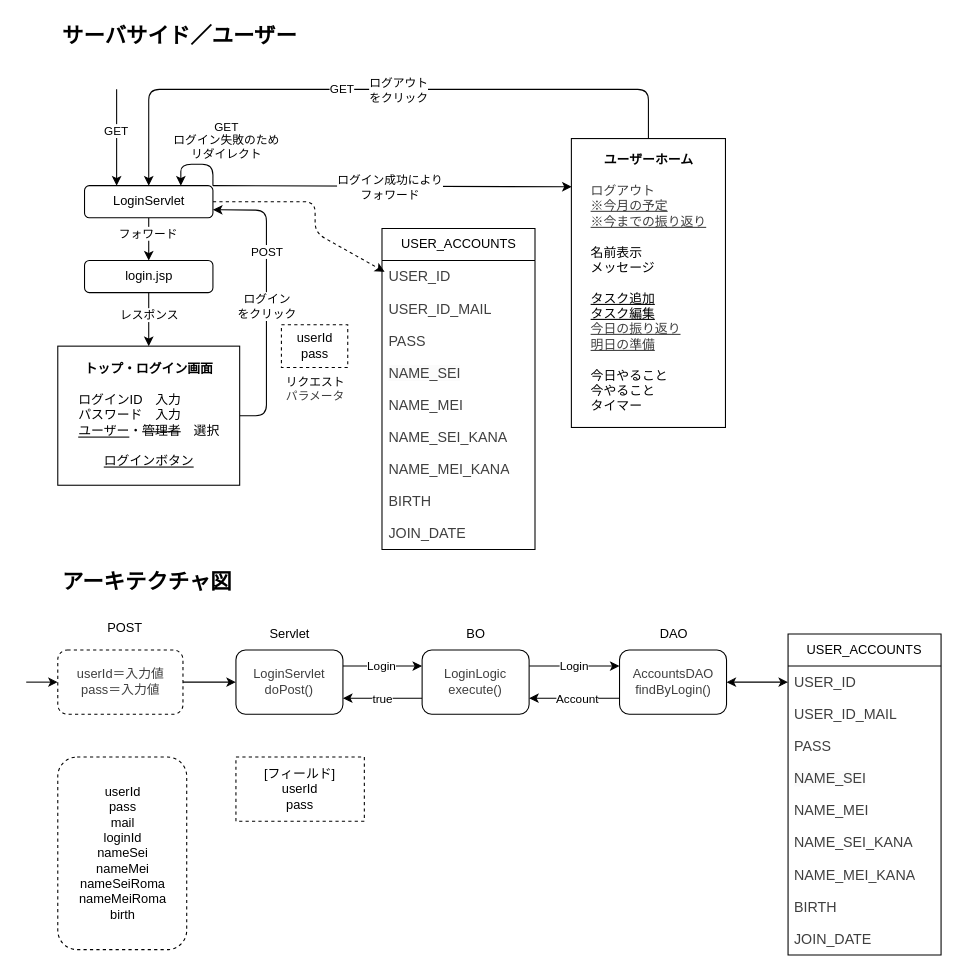
The draw.io diagram page "ログイン" (3 of 6) of 遷移図/Whole.drawio in ooese/FocusStep, before the edit. Source tidied: cells renumbered, new cells numbered last; positions are measured from the earlier drawing's top-left corner, leaving out a move shared by most shapes. Both pictures are drawn from the tidied source at 107%, with x=0, y=0 at pixel (26, 18).
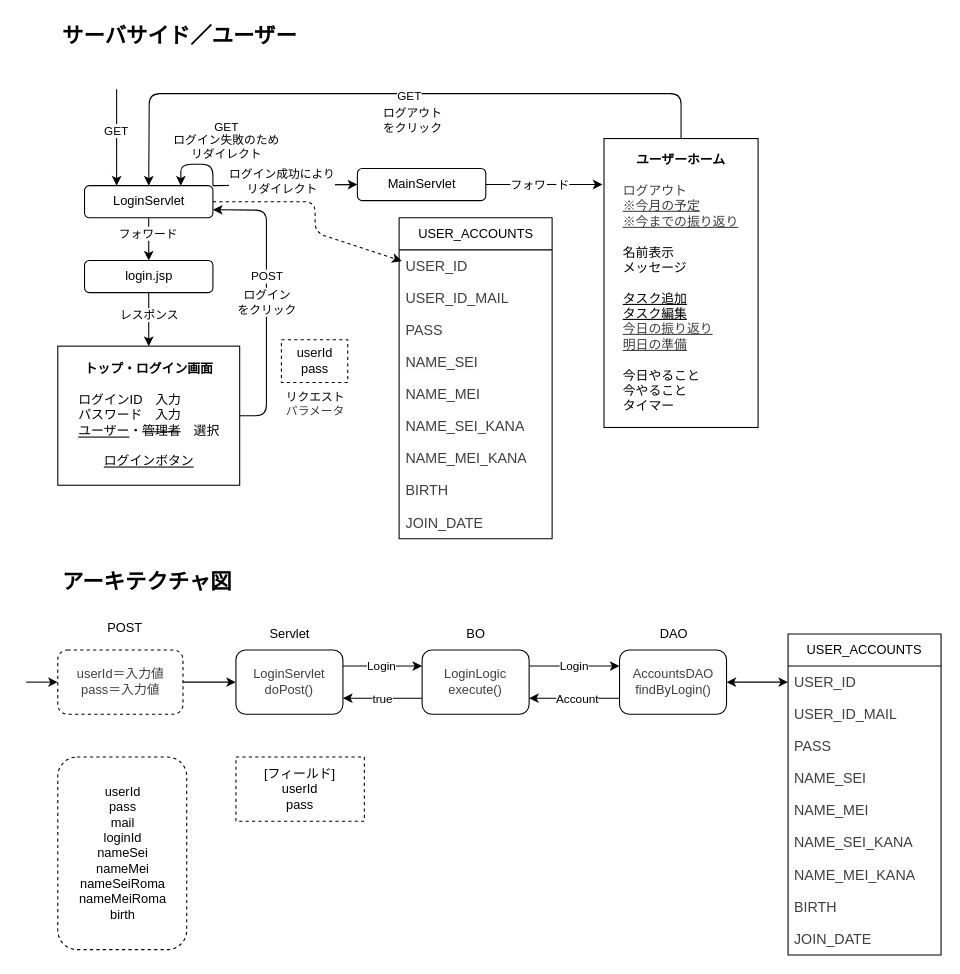
The same page after the edit.

The change refers to these unchanged cells:
```xml
<mxCell id="18" style="edgeStyle=none;html=1;entryX=1;entryY=0.75;entryDx=0;entryDy=0;exitX=1;exitY=0.5;exitDx=0;exitDy=0;" parent="1" edge="1" source="21" target="31">
  <mxGeometry relative="1" as="geometry">
    <Array as="points">
      <mxPoint x="224.5" y="371" />
      <mxPoint x="224.5" y="179" />
    </Array>
  </mxGeometry>
</mxCell>
<mxCell id="31" value="LoginServlet" style="rounded=1;whiteSpace=wrap;html=1;" parent="1" vertex="1">
  <mxGeometry x="54.5" y="156" width="120" height="30" as="geometry" />
</mxCell>
```

The edit, as a diff of the source:
```diff
@@
     <mxCell id="19" value="POST" style="edgeLabel;html=1;align=center;verticalAlign=middle;" parent="18" vertex="1">
       <mxGeometry x="0.16" y="-2" relative="1" as="geometry">
-        <mxPoint x="-2" y="-24" as="offset" />
+        <mxPoint x="-2" y="-1" as="offset" />
       </mxGeometry>
     </mxCell>
     <mxCell id="20" value="ログイン&lt;div&gt;をクリック&lt;/div&gt;" style="edgeLabel;html=1;align=center;verticalAlign=middle;" parent="18" vertex="1">
       <mxGeometry x="-0.15" relative="1" as="geometry">
-        <mxPoint y="-15" as="offset" />
+        <mxPoint y="-19" as="offset" />
       </mxGeometry>
     </mxCell>
@@
     <mxCell id="34" value="userId&lt;div&gt;pass&lt;/div&gt;" style="rounded=0;whiteSpace=wrap;html=1;dashed=1;" parent="1" vertex="1">
-      <mxGeometry x="238.5" y="286" width="62" height="40" as="geometry" />
+      <mxGeometry x="238.5" y="300" width="62" height="40" as="geometry" />
     </mxCell>
     <mxCell id="35" value="&lt;span style=&quot;color: rgb(0, 0, 0); font-size: 11px; background-color: rgb(255, 255, 255);&quot;&gt;リクエスト&lt;/span&gt;&lt;div style=&quot;color: rgb(63, 63, 63); scrollbar-color: rgb(226, 226, 226) rgb(251, 251, 251); font-size: 11px;&quot;&gt;パラメータ&lt;/div&gt;" style="text;html=1;align=center;verticalAlign=middle;strokeColor=none;fillColor=none;" parent="1" vertex="1">
-      <mxGeometry x="229.5" y="326" width="80" height="40" as="geometry" />
+      <mxGeometry x="229.5" y="340" width="80" height="40" as="geometry" />
     </mxCell>
-    <mxCell id="36" style="edgeStyle=none;html=1;exitX=1;exitY=0;exitDx=0;exitDy=0;entryX=0.002;entryY=0.167;entryDx=0;entryDy=0;entryPerimeter=0;" parent="1" edge="1" source="31" target="51">
+    <mxCell id="36" style="edgeStyle=none;html=1;exitX=1;exitY=0;exitDx=0;exitDy=0;entryX=0;entryY=0.5;entryDx=0;entryDy=0;" parent="1" edge="1" source="31" target="73">
       <mxGeometry relative="1" as="geometry" />
     </mxCell>
-    <mxCell id="37" value="ログイン成功により&lt;div&gt;フォワード&lt;/div&gt;" style="edgeLabel;html=1;align=center;verticalAlign=middle;" parent="36" vertex="1">
+    <mxCell id="37" value="ログイン成功により&lt;div&gt;リダイレクト&lt;/div&gt;" style="edgeLabel;html=1;align=center;verticalAlign=middle;" parent="36" vertex="1">
       <mxGeometry x="-0.31" relative="1" as="geometry">
-        <mxPoint x="49" y="1" as="offset" />
+        <mxPoint x="17" y="-4" as="offset" />
       </mxGeometry>
     </mxCell>
     <mxCell id="38" value="USER_ACCOUNTS" style="swimlane;fontStyle=0;horizontal=1;startSize=30;whiteSpace=wrap;html=1;" parent="1" vertex="1">
-      <mxGeometry x="332.5" y="196" width="143" height="300" as="geometry" />
+      <mxGeometry x="348.5" y="186" width="143" height="300" as="geometry" />
     </mxCell>
@@
     <mxCell id="48" style="edgeStyle=none;html=1;exitX=0.5;exitY=0;exitDx=0;exitDy=0;entryX=0.5;entryY=0;entryDx=0;entryDy=0;" parent="1" edge="1" source="51" target="31">
       <mxGeometry relative="1" as="geometry">
         <Array as="points">
-          <mxPoint x="581.5" y="66" />
-          <mxPoint x="114.5" y="66" />
+          <mxPoint x="612" y="70" />
+          <mxPoint x="115" y="70" />
         </Array>
       </mxGeometry>
     </mxCell>
     <mxCell id="49" value="GET" style="edgeLabel;html=1;align=center;verticalAlign=middle;" parent="48" vertex="1">
       <mxGeometry x="-0.04" y="-1" relative="1" as="geometry">
-        <mxPoint x="-44" as="offset" />
+        <mxPoint x="3" y="2" as="offset" />
       </mxGeometry>
     </mxCell>
     <mxCell id="50" value="ログアウト&lt;div&gt;をクリック&lt;/div&gt;" style="edgeLabel;html=1;align=center;verticalAlign=middle;" parent="48" vertex="1">
       <mxGeometry x="-0.24" y="-3" relative="1" as="geometry">
-        <mxPoint x="-51" y="3" as="offset" />
+        <mxPoint x="-56" y="27" as="offset" />
       </mxGeometry>
     </mxCell>
     <mxCell id="51" value="&lt;b&gt;ユーザーホーム&lt;/b&gt;&lt;div&gt;&lt;b&gt;&lt;br&gt;&lt;/b&gt;&lt;div&gt;&lt;div style=&quot;text-align: left;&quot;&gt;&lt;span style=&quot;color: rgb(63, 63, 63); background-color: transparent;&quot;&gt;ログアウト&lt;/span&gt;&lt;/div&gt;&lt;div&gt;&lt;font color=&quot;#000000&quot;&gt;&lt;div style=&quot;color: rgb(63, 63, 63); scrollbar-color: rgb(226, 226, 226) rgb(251, 251, 251); text-align: left;&quot;&gt;&lt;span style=&quot;scrollbar-color: rgb(226, 226, 226) rgb(251, 251, 251); background-color: transparent; color: rgb(63, 63, 63);&quot;&gt;&lt;u style=&quot;color: rgb(63, 63, 63); scrollbar-color: rgb(226, 226, 226) rgb(251, 251, 251);&quot;&gt;※今月の予定&lt;/u&gt;&lt;/span&gt;&lt;/div&gt;&lt;div style=&quot;color: rgb(63, 63, 63); scrollbar-color: rgb(226, 226, 226) rgb(251, 251, 251); text-align: left;&quot;&gt;&lt;u style=&quot;color: rgb(63, 63, 63); scrollbar-color: rgb(226, 226, 226) rgb(251, 251, 251);&quot;&gt;※今までの振り返り&lt;/u&gt;&lt;/div&gt;&lt;div style=&quot;color: rgb(63, 63, 63); scrollbar-color: rgb(226, 226, 226) rgb(251, 251, 251); text-align: left;&quot;&gt;&lt;u style=&quot;color: rgb(63, 63, 63); scrollbar-color: rgb(226, 226, 226) rgb(251, 251, 251);&quot;&gt;&lt;br&gt;&lt;/u&gt;&lt;/div&gt;&lt;/font&gt;&lt;div style=&quot;text-align: left;&quot;&gt;名前表示&lt;/div&gt;&lt;div style=&quot;text-align: left;&quot;&gt;メッセージ&lt;/div&gt;&lt;div style=&quot;text-align: left;&quot;&gt;&lt;br&gt;&lt;/div&gt;&lt;div style=&quot;text-align: left;&quot;&gt;&lt;u&gt;タスク追加&lt;/u&gt;&lt;/div&gt;&lt;div style=&quot;text-align: left;&quot;&gt;&lt;u&gt;タスク編集&lt;/u&gt;&lt;/div&gt;&lt;div style=&quot;text-align: left;&quot;&gt;&lt;div style=&quot;color: rgb(63, 63, 63); scrollbar-color: rgb(226, 226, 226) rgb(251, 251, 251);&quot;&gt;&lt;u style=&quot;color: rgb(63, 63, 63); scrollbar-color: rgb(226, 226, 226) rgb(251, 251, 251);&quot;&gt;今日の振り返り&lt;/u&gt;&lt;/div&gt;&lt;div style=&quot;color: rgb(63, 63, 63); scrollbar-color: rgb(226, 226, 226) rgb(251, 251, 251);&quot;&gt;&lt;u style=&quot;scrollbar-color: rgb(226, 226, 226) rgb(251, 251, 251); background-color: transparent; color: rgb(63, 63, 63);&quot;&gt;明日の準備&lt;/u&gt;&lt;/div&gt;&lt;/div&gt;&lt;div style=&quot;text-align: left;&quot;&gt;&lt;br&gt;&lt;/div&gt;&lt;div style=&quot;text-align: left;&quot;&gt;今日やること&lt;/div&gt;&lt;div style=&quot;text-align: left;&quot;&gt;今やること&lt;/div&gt;&lt;div style=&quot;text-align: left;&quot;&gt;タイマー&lt;/div&gt;&lt;/div&gt;&lt;/div&gt;&lt;/div&gt;" style="rounded=0;whiteSpace=wrap;html=1;" parent="1" vertex="1">
-      <mxGeometry x="509.5" y="112" width="144" height="270" as="geometry" />
+      <mxGeometry x="540" y="112" width="144" height="270" as="geometry" />
     </mxCell>
@@
+    <mxCell id="71" style="edgeStyle=none;html=1;entryX=-0.01;entryY=0.159;entryDx=0;entryDy=0;entryPerimeter=0;" parent="1" edge="1" source="73" target="51">
+      <mxGeometry relative="1" as="geometry" />
+    </mxCell>
+    <mxCell id="72" value="フォワード" style="edgeLabel;html=1;align=center;verticalAlign=middle;" parent="71" vertex="1">
+      <mxGeometry x="-0.35" relative="1" as="geometry">
+        <mxPoint x="15" y="1" as="offset" />
+      </mxGeometry>
+    </mxCell>
+    <mxCell id="73" value="MainServlet" style="rounded=1;whiteSpace=wrap;html=1;" parent="1" vertex="1">
+      <mxGeometry x="309.5" y="140" width="120" height="30" as="geometry" />
+    </mxCell>
```
